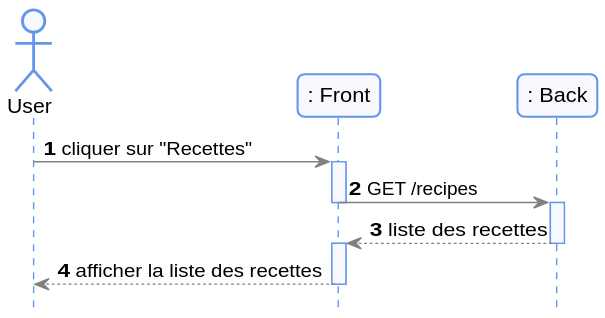
Above: docs/diagram/out/recipesSystem.svg in romainvacheret/wadge-backend (PlantUML), before the change.
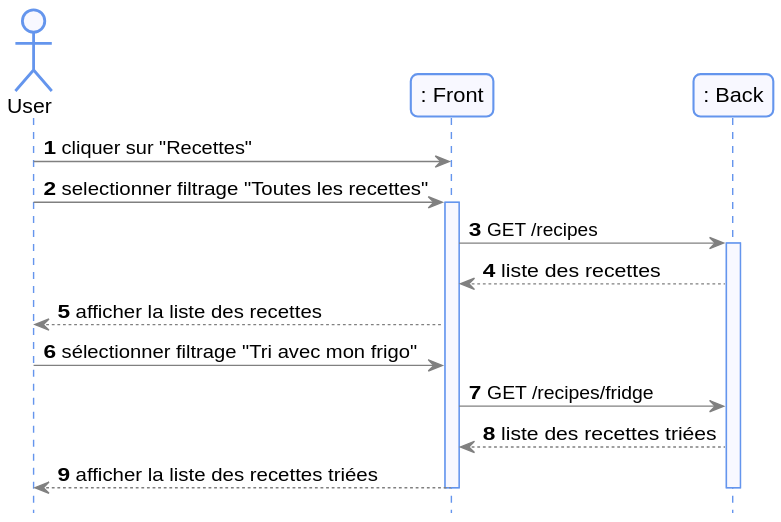
After the commit.

The edit, as a diff of the source:
```diff
@@ -7,14 +7,18 @@
     participant ": Back" as backend
 
     User -> frontend: cliquer sur "Recettes"
+    User -> frontend: selectionner filtrage "Toutes les recettes"
     activate frontend
     frontend -> backend: GET /recipes
-    deactivate frontend
     activate backend
     backend --> frontend: liste  des recettes
+    frontend --> User: afficher la liste des recettes
+
+    User -> frontend: sélectionner filtrage "Tri avec mon frigo"
+    frontend -> backend: GET /recipes/fridge
+    backend --> frontend: liste  des recettes triées
+        frontend --> User: afficher la liste des recettes triées
     deactivate backend
-    activate frontend
-    frontend --> User: afficher la liste des recettes
 
     deactivate frontend
 
```
